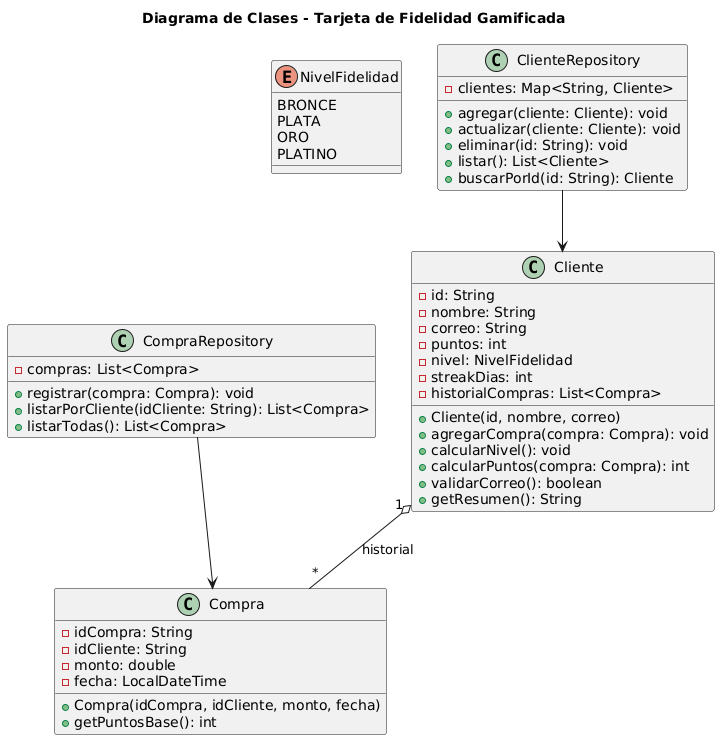
The PlantUML diagram docs/UML_Tarjeta_De_Fidelidad_Gamificada.png in Darmitho/Tarjeta-de-Fidelidad-Gamificada, before a commit.
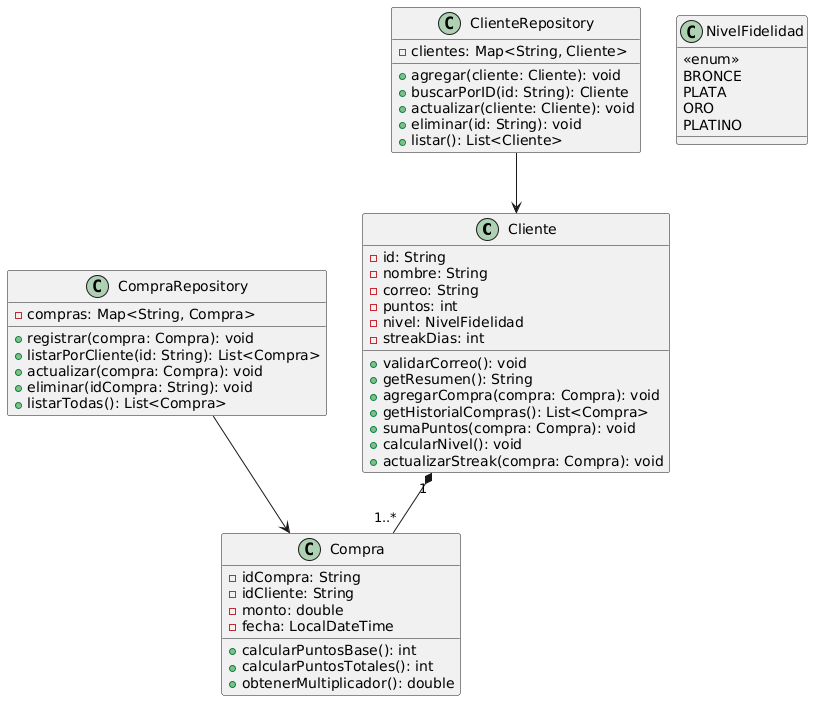
Above is the later version.

Commit message:
Modelo UML actualizado

The edit, as a diff of the source:
```diff
@@ -1,59 +1,57 @@
 @startuml
-title Diagrama de Clases - Tarjeta de Fidelidad Gamificada
-
-enum NivelFidelidad {
-  BRONCE
-  PLATA
-  ORO
-  PLATINO
-}
-
 class Cliente {
-  - id: String
-  - nombre: String
-  - correo: String
-  - puntos: int
-  - nivel: NivelFidelidad
-  - streakDias: int
-  - historialCompras: List<Compra>
-
-  + Cliente(id, nombre, correo)
-  + agregarCompra(compra: Compra): void
-  + calcularNivel(): void
-  + calcularPuntos(compra: Compra): int
-  + validarCorreo(): boolean
-  + getResumen(): String
+    - id: String
+    - nombre: String
+    - correo: String
+    - puntos: int
+    - nivel: NivelFidelidad
+    - streakDias: int
+    + validarCorreo(): void
+    + getResumen(): String
+    + agregarCompra(compra: Compra): void
+    + getHistorialCompras(): List<Compra>
+    + sumaPuntos(compra: Compra): void
+    + calcularNivel(): void
+    + actualizarStreak(compra: Compra): void
 }
 
 class Compra {
-  - idCompra: String
-  - idCliente: String
-  - monto: double
-  - fecha: LocalDateTime
+    - idCompra: String
+    - idCliente: String
+    - monto: double
+    - fecha: LocalDateTime
+    + calcularPuntosBase(): int
+    + calcularPuntosTotales(): int
+    + obtenerMultiplicador(): double
+}
 
-  + Compra(idCompra, idCliente, monto, fecha)
-  + getPuntosBase(): int
+class NivelFidelidad {
+    <<enum>>
+    BRONCE
+    PLATA
+    ORO
+    PLATINO
 }
 
 class ClienteRepository {
-  - clientes: Map<String, Cliente>
-
-  + agregar(cliente: Cliente): void
-  + actualizar(cliente: Cliente): void
-  + eliminar(id: String): void
-  + listar(): List<Cliente>
-  + buscarPorId(id: String): Cliente
+    - clientes: Map<String, Cliente>
+    + agregar(cliente: Cliente): void
+    + buscarPorID(id: String): Cliente
+    + actualizar(cliente: Cliente): void
+    + eliminar(id: String): void
+    + listar(): List<Cliente>
 }
 
 class CompraRepository {
-  - compras: List<Compra>
-
-  + registrar(compra: Compra): void
-  + listarPorCliente(idCliente: String): List<Compra>
-  + listarTodas(): List<Compra>
+    - compras: Map<String, Compra>
+    + registrar(compra: Compra): void
+    + listarPorCliente(id: String): List<Compra>
+    + actualizar(compra: Compra): void
+    + eliminar(idCompra: String): void
+    + listarTodas(): List<Compra>
 }
 
-Cliente "1" o-- "*" Compra : historial
+Cliente "1" *-- "1..*" Compra
 ClienteRepository --> Cliente
 CompraRepository --> Compra
 @enduml
```
